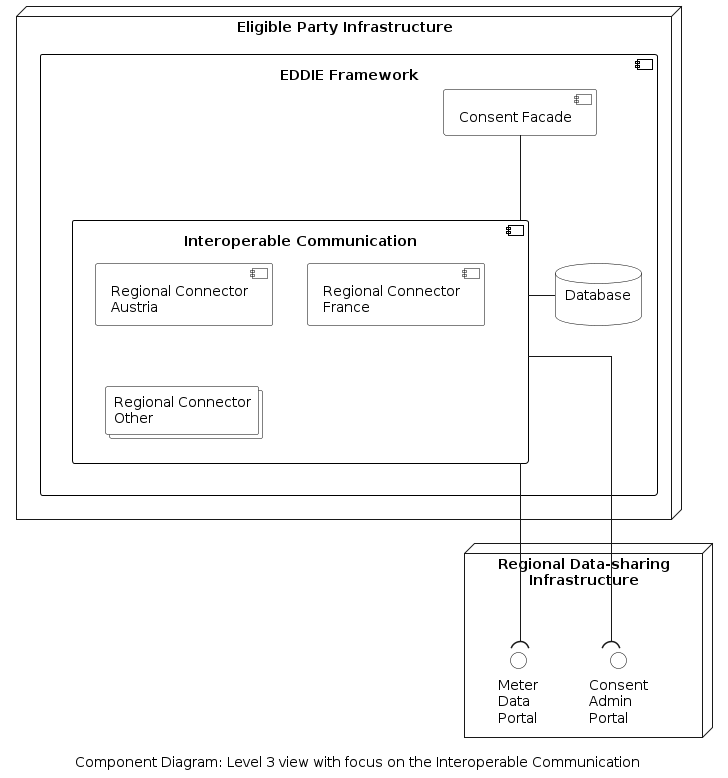
Above: arc42/05-building-block-view/figures/component-diagram-level-3-inter-comm.png in eddie-energy/architecture (PlantUML), before the change.
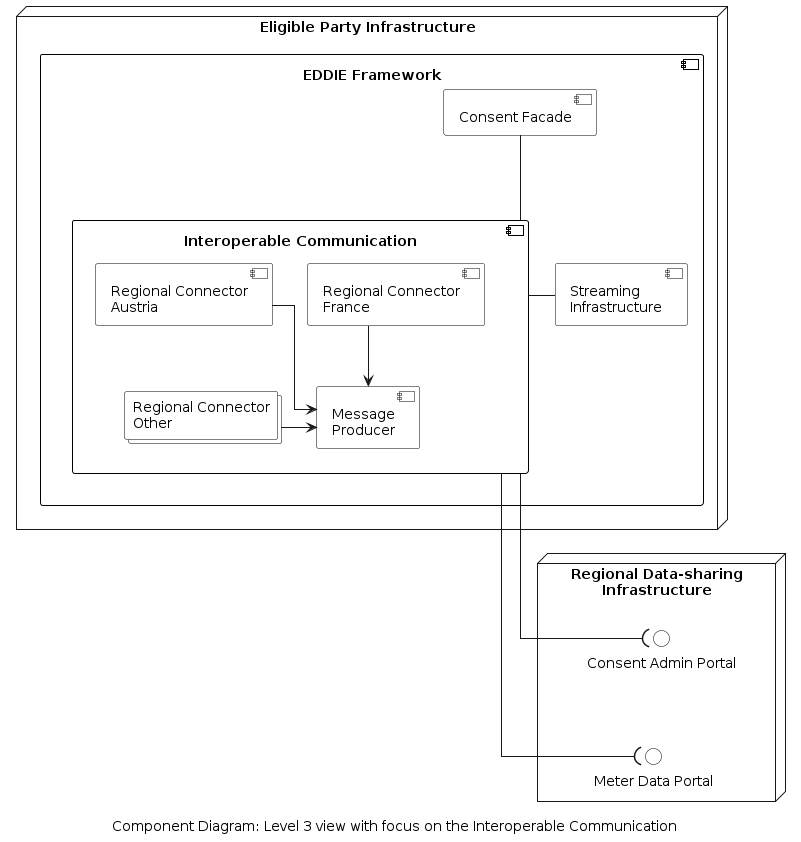
After the change.

Commit message:
Add level 3 and level 4 block view

What changed in the source:
```diff
@@ -31,21 +31,32 @@
     component "Regional Connector\nAustria" as regConAu
     component "Regional Connector\nFrance" as regConFr
     collections "Regional Connector\nOther" as regConOt
+    component "Message\nProducer" as messageProducer
+
+    regConFr -down-> messageProducer
+    regConAu -down-> messageProducer
+    regConOt -right-> messageProducer
+
+    regConAu -[hidden]right- regConFr
   }
-  database "Database\n" as database
+    component "Streaming\nInfrastructure" as database
 
   consentFacade --down- comm
   comm -right- database
   }
 }
 node "Regional Data-sharing\nInfrastructure" as energyProvider {
-  interface "Meter\nData\nPortal" as dataPortal
-  interface "Consent\nAdmin\nPortal" as adminPortal
+  interface "Meter Data Portal" as dataPortal
+  interface "Consent Admin Portal" as adminPortal
+
+  adminPortal -[hidden]down- dataPortal
 }
 
-comm --down-( dataPortal
+comm -down-( dataPortal
 comm --down-( adminPortal
 
 
 
+
+
 @enduml
```
